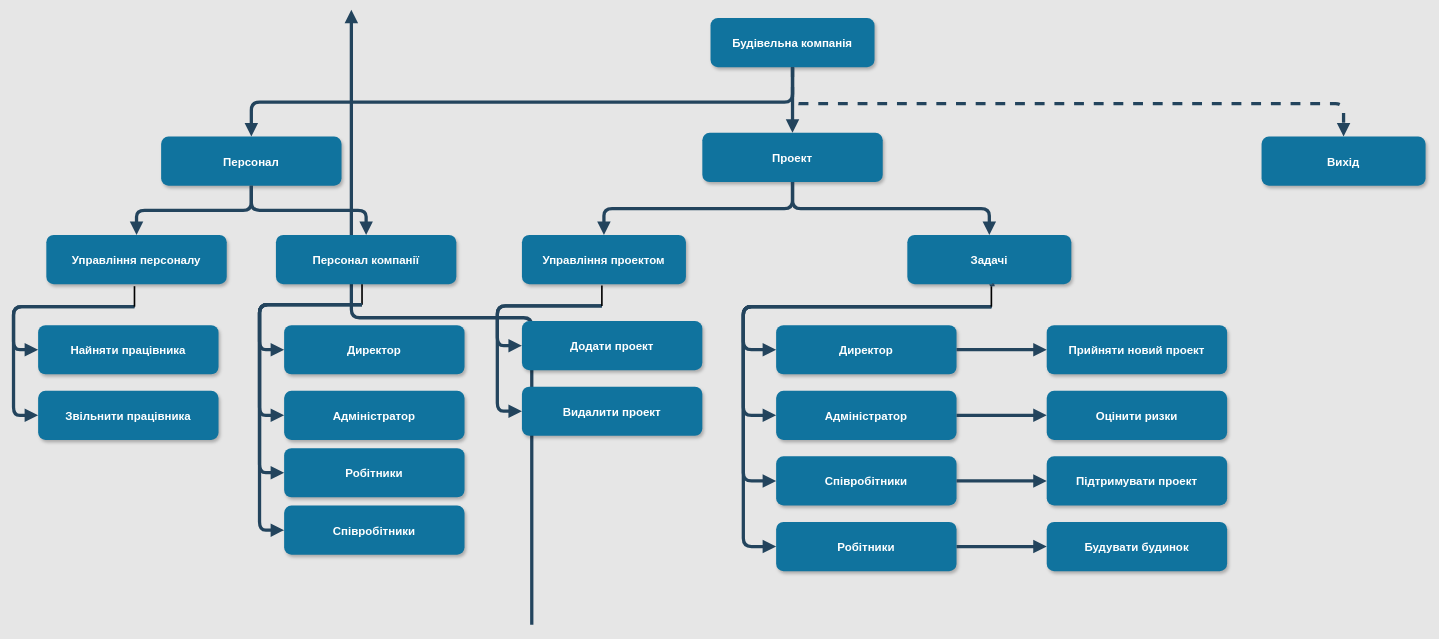
oleksanderShevchuk/Daigram keeps this draw.io diagram as page "Page-1" (1 of 2) of Untitled Diagram.drawio. Above is the earlier version. Source tidied: cells renumbered, new cells numbered last; positions are measured from the earlier drawing's top-left corner, leaving out a move shared by most shapes. Both pictures are drawn from the tidied source at 82%, with x=0, y=0 at pixel (-159, 10).
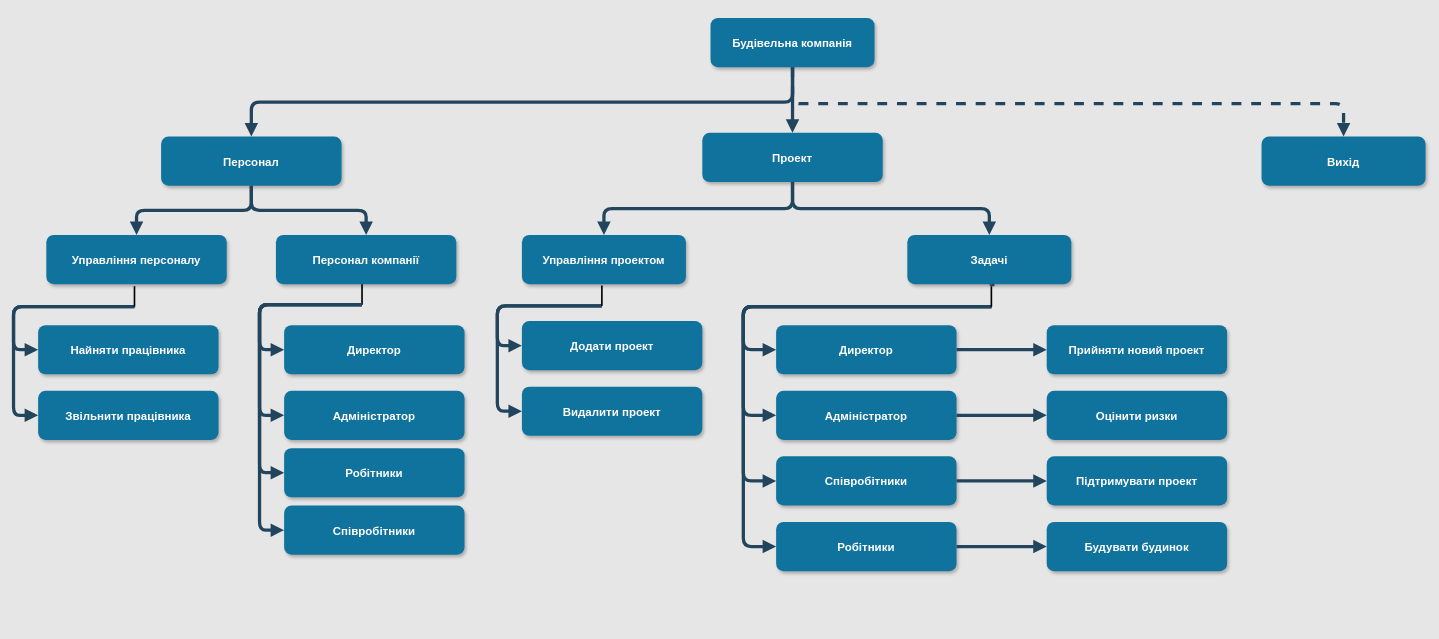
After the change.

Change to the diagram source:
```diff
@@
-    <mxCell id="9" style="edgeStyle=elbowEdgeStyle;elbow=vertical;strokeWidth=4;endArrow=block;endFill=1;fontStyle=1;strokeColor=#23445D;" parent="1" edge="1">
-      <mxGeometry x="62" y="195.5" as="geometry">
-        <mxPoint x="842" y="749.5" as="sourcePoint" />
-        <mxPoint x="622" y="-0.5" as="targetPoint" />
-      </mxGeometry>
-    </mxCell>
```
